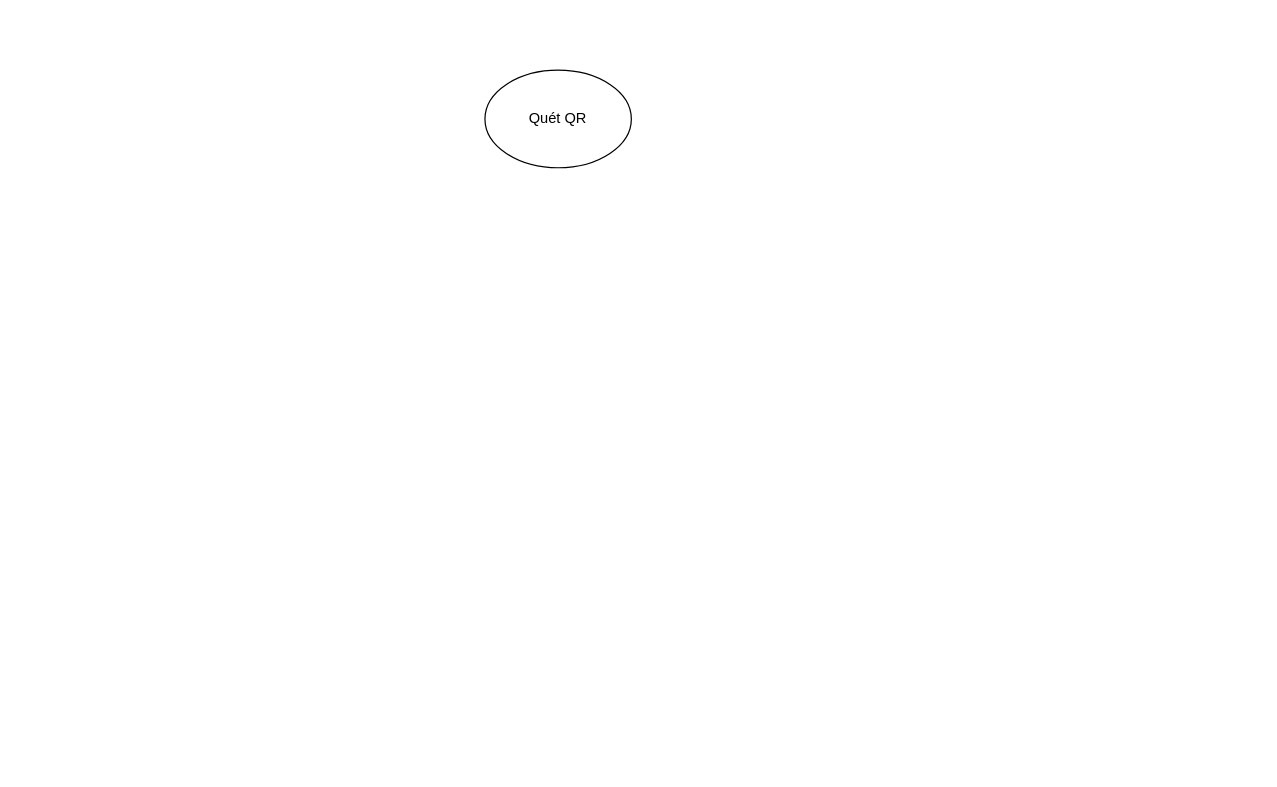
phanvanhieu1/QRcode keeps this draw.io diagram as đề tài order bằng QR code của khách sạn balcona.drawio. Above is the earlier version. Source tidied: cells renumbered, new cells numbered last; positions are measured from the earlier drawing's top-left corner, leaving out a move shared by most shapes. Both pictures are drawn from the tidied source at 122%, with x=0, y=0 at pixel (484, 70).
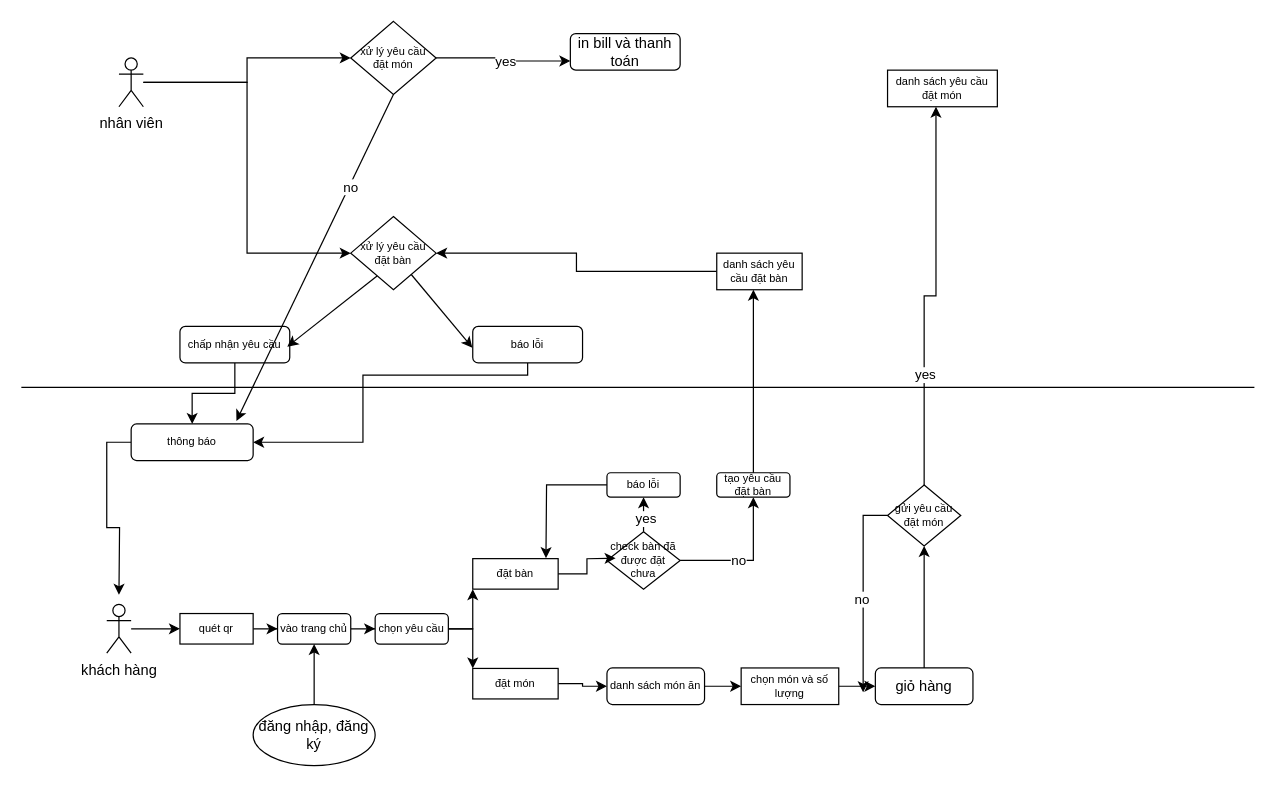
The same diagram, later.

Commit message:
Cập nhật đề tài order bằng QR code của khách sạn balcona.drawio

What changed in the source:
```diff
@@
-    <mxCell id="2" value="Quét QR" style="ellipse;whiteSpace=wrap;html=1;" parent="1" vertex="1">
-      <mxGeometry width="120" height="80" as="geometry" />
-    </mxCell>
+    <mxCell id="3" style="edgeStyle=orthogonalEdgeStyle;rounded=0;jettySize=auto;html=1;entryX=0;entryY=0.5;entryDx=0;entryDy=0;" parent="1" edge="1" source="4" target="11">
+      <mxGeometry relative="1" as="geometry" />
+    </mxCell>
+    <mxCell id="4" value="khách hàng" style="shape=umlActor;verticalLabelPosition=bottom;verticalAlign=top;html=1;outlineConnect=0;" parent="1" vertex="1">
+      <mxGeometry x="-310" y="437.9" width="20" height="40" as="geometry" />
+    </mxCell>
+    <mxCell id="5" style="edgeStyle=orthogonalEdgeStyle;rounded=0;jettySize=auto;html=1;" parent="1" edge="1" source="6" target="9">
+      <mxGeometry relative="1" as="geometry" />
+    </mxCell>
+    <mxCell id="6" value="vào trang chủ" style="rounded=1;whiteSpace=wrap;html=1;fontSize=9;" parent="1" vertex="1">
+      <mxGeometry x="-170" y="445.4" width="60" height="25" as="geometry" />
+    </mxCell>
+    <mxCell id="7" style="edgeStyle=orthogonalEdgeStyle;rounded=0;jettySize=auto;html=1;entryX=0;entryY=1;entryDx=0;entryDy=0;" parent="1" edge="1" source="9" target="12">
+      <mxGeometry relative="1" as="geometry" />
+    </mxCell>
+    <mxCell id="8" style="edgeStyle=orthogonalEdgeStyle;rounded=0;jettySize=auto;html=1;entryX=0;entryY=0;entryDx=0;entryDy=0;" parent="1" edge="1" source="9" target="14">
+      <mxGeometry relative="1" as="geometry" />
+    </mxCell>
+    <mxCell id="9" value="chọn yêu cầu" style="rounded=1;whiteSpace=wrap;html=1;fontSize=9;" parent="1" vertex="1">
+      <mxGeometry x="-90" y="445.4" width="60" height="25" as="geometry" />
+    </mxCell>
+    <mxCell id="10" style="edgeStyle=orthogonalEdgeStyle;rounded=0;jettySize=auto;html=1;entryX=0;entryY=0.5;entryDx=0;entryDy=0;" parent="1" edge="1" source="11" target="6">
+      <mxGeometry relative="1" as="geometry" />
+    </mxCell>
+    <mxCell id="11" value="quét qr" style="rounded=0;whiteSpace=wrap;html=1;fontSize=9;" parent="1" vertex="1">
+      <mxGeometry x="-250" y="445.4" width="60" height="25" as="geometry" />
+    </mxCell>
+    <mxCell id="12" value="đặt bàn" style="rounded=0;whiteSpace=wrap;html=1;fontSize=9;" parent="1" vertex="1">
+      <mxGeometry x="-10" y="400.4" width="70" height="25" as="geometry" />
+    </mxCell>
+    <mxCell id="13" style="edgeStyle=orthogonalEdgeStyle;rounded=0;jettySize=auto;html=1;entryX=0;entryY=0.5;entryDx=0;entryDy=0;" parent="1" edge="1" source="14" target="29">
+      <mxGeometry relative="1" as="geometry" />
+    </mxCell>
+    <mxCell id="14" value="đặt món" style="rounded=0;whiteSpace=wrap;html=1;fontSize=9;" parent="1" vertex="1">
+      <mxGeometry x="-10" y="490.4" width="70" height="25" as="geometry" />
+    </mxCell>
+    <mxCell id="15" style="edgeStyle=orthogonalEdgeStyle;rounded=0;jettySize=auto;html=1;entryX=0.5;entryY=1;entryDx=0;entryDy=0;" parent="1" edge="1" source="19" target="22">
+      <mxGeometry relative="1" as="geometry" />
+    </mxCell>
+    <mxCell id="16" value="yes" style="edgeLabel;html=1;align=center;verticalAlign=middle;" parent="15" vertex="1">
+      <mxGeometry x="0.14" y="1" relative="1" as="geometry" />
+    </mxCell>
+    <mxCell id="17" style="edgeStyle=orthogonalEdgeStyle;rounded=0;jettySize=auto;html=1;entryX=0.5;entryY=1;entryDx=0;entryDy=0;" parent="1" edge="1" source="19" target="23">
+      <mxGeometry relative="1" as="geometry" />
+    </mxCell>
+    <mxCell id="18" value="no" style="edgeLabel;html=1;align=center;verticalAlign=middle;" parent="17" vertex="1">
+      <mxGeometry x="-0.16" relative="1" as="geometry" />
+    </mxCell>
+    <mxCell id="19" value="check bàn đã được đặt chưa" style="rhombus;whiteSpace=wrap;html=1;fontSize=9;" parent="1" vertex="1">
+      <mxGeometry x="100" y="378.4" width="60" height="47" as="geometry" />
+    </mxCell>
+    <mxCell id="20" style="edgeStyle=orthogonalEdgeStyle;rounded=0;jettySize=auto;html=1;entryX=0.118;entryY=0.566;entryDx=0;entryDy=0;entryPerimeter=0;" parent="1" edge="1" source="12">
+      <mxGeometry relative="1" as="geometry">
+        <mxPoint x="107.1" y="400" as="targetPoint" />
+      </mxGeometry>
+    </mxCell>
+    <mxCell id="21" style="edgeStyle=orthogonalEdgeStyle;rounded=0;jettySize=auto;html=1;" parent="1" edge="1" source="22">
+      <mxGeometry relative="1" as="geometry">
+        <mxPoint x="50" y="400" as="targetPoint" />
+      </mxGeometry>
+    </mxCell>
+    <mxCell id="22" value="báo lỗi" style="rounded=1;whiteSpace=wrap;html=1;fontSize=9;" parent="1" vertex="1">
+      <mxGeometry x="100" y="330" width="60" height="20" as="geometry" />
+    </mxCell>
+    <mxCell id="23" value="tạo yêu cầu đặt bàn" style="rounded=1;whiteSpace=wrap;html=1;fontSize=9;" parent="1" vertex="1">
+      <mxGeometry x="190" y="330" width="60" height="20" as="geometry" />
+    </mxCell>
+    <mxCell id="24" style="endArrow=none;html=1;rounded=0;" parent="1" edge="1">
+      <mxGeometry relative="1" as="geometry">
+        <mxPoint x="-380" y="260" as="sourcePoint" />
+        <mxPoint x="630.7" y="260" as="targetPoint" />
+      </mxGeometry>
+    </mxCell>
+    <mxCell id="25" style="edgeStyle=orthogonalEdgeStyle;rounded=0;jettySize=auto;html=1;entryX=1;entryY=0.5;entryDx=0;entryDy=0;" parent="1" edge="1" source="26" target="43">
+      <mxGeometry relative="1" as="geometry" />
+    </mxCell>
+    <mxCell id="26" value="danh sách yêu cầu đặt bàn" style="rounded=0;whiteSpace=wrap;html=1;fontSize=9;" parent="1" vertex="1">
+      <mxGeometry x="190" y="150" width="70" height="30" as="geometry" />
+    </mxCell>
+    <mxCell id="27" style="edgeStyle=orthogonalEdgeStyle;rounded=0;jettySize=auto;html=1;entryX=0.429;entryY=1;entryDx=0;entryDy=0;entryPerimeter=0;" parent="1" edge="1" source="23" target="26">
+      <mxGeometry relative="1" as="geometry" />
+    </mxCell>
+    <mxCell id="28" style="edgeStyle=orthogonalEdgeStyle;rounded=0;jettySize=auto;html=1;entryX=0;entryY=0.5;entryDx=0;entryDy=0;fontSize=9;" parent="1" edge="1" source="29" target="31">
+      <mxGeometry relative="1" as="geometry" />
+    </mxCell>
+    <mxCell id="29" value="danh sách món ăn" style="rounded=1;whiteSpace=wrap;html=1;fontSize=9;" parent="1" vertex="1">
+      <mxGeometry x="100" y="490" width="80" height="30" as="geometry" />
+    </mxCell>
+    <mxCell id="30" style="edgeStyle=orthogonalEdgeStyle;rounded=0;jettySize=auto;html=1;" parent="1" edge="1" source="31" target="36">
+      <mxGeometry relative="1" as="geometry" />
+    </mxCell>
+    <mxCell id="31" value="chọn món và số lượng" style="rounded=0;whiteSpace=wrap;html=1;fontSize=9;" parent="1" vertex="1">
+      <mxGeometry x="210" y="490" width="80" height="30" as="geometry" />
+    </mxCell>
+    <mxCell id="32" style="edgeStyle=orthogonalEdgeStyle;rounded=0;jettySize=auto;html=1;" parent="1" edge="1" source="34">
+      <mxGeometry relative="1" as="geometry">
+        <mxPoint x="310" y="510" as="targetPoint" />
+      </mxGeometry>
+    </mxCell>
+    <mxCell id="33" value="no" style="edgeLabel;html=1;align=center;verticalAlign=middle;" parent="32" vertex="1">
+      <mxGeometry x="0.06" y="-2" relative="1" as="geometry" />
+    </mxCell>
+    <mxCell id="34" value="gửi yêu cầu đặt món" style="rhombus;whiteSpace=wrap;html=1;fontSize=9;" parent="1" vertex="1">
+      <mxGeometry x="330" y="340" width="60" height="50" as="geometry" />
+    </mxCell>
+    <mxCell id="35" style="edgeStyle=orthogonalEdgeStyle;rounded=0;jettySize=auto;html=1;entryX=0.5;entryY=1;entryDx=0;entryDy=0;" parent="1" edge="1" source="36" target="34">
+      <mxGeometry relative="1" as="geometry" />
+    </mxCell>
+    <mxCell id="36" value="giỏ hàng" style="rounded=1;whiteSpace=wrap;html=1;" parent="1" vertex="1">
+      <mxGeometry x="320" y="490" width="80" height="30" as="geometry" />
+    </mxCell>
+    <mxCell id="37" value="danh sách yêu cầu đặt món" style="rounded=0;whiteSpace=wrap;html=1;fontSize=9;" parent="1" vertex="1">
+      <mxGeometry x="330" width="90" height="30" as="geometry" />
+    </mxCell>
+    <mxCell id="38" style="edgeStyle=orthogonalEdgeStyle;rounded=0;jettySize=auto;html=1;entryX=0.441;entryY=1;entryDx=0;entryDy=0;entryPerimeter=0;" parent="1" edge="1" source="34" target="37">
+      <mxGeometry relative="1" as="geometry" />
+    </mxCell>
+    <mxCell id="39" value="yes" style="edgeLabel;html=1;align=center;verticalAlign=middle;" parent="38" vertex="1">
+      <mxGeometry x="-0.43" relative="1" as="geometry" />
+    </mxCell>
+    <mxCell id="40" style="edgeStyle=orthogonalEdgeStyle;rounded=0;jettySize=auto;html=1;entryX=0;entryY=0.5;entryDx=0;entryDy=0;" parent="1" edge="1" source="42" target="43">
+      <mxGeometry relative="1" as="geometry" />
+    </mxCell>
+    <mxCell id="41" style="edgeStyle=orthogonalEdgeStyle;rounded=0;jettySize=auto;html=1;entryX=0;entryY=0.5;entryDx=0;entryDy=0;" parent="1" edge="1" source="42" target="46">
+      <mxGeometry relative="1" as="geometry" />
+    </mxCell>
+    <mxCell id="42" value="nhân viên" style="shape=umlActor;verticalLabelPosition=bottom;verticalAlign=top;html=1;outlineConnect=0;" parent="1" vertex="1">
+      <mxGeometry x="-300" y="-10" width="20" height="40" as="geometry" />
+    </mxCell>
+    <mxCell id="43" value="xử lý yêu cầu đặt bàn" style="rhombus;whiteSpace=wrap;html=1;fontSize=9;" parent="1" vertex="1">
+      <mxGeometry x="-110" y="120" width="70" height="60" as="geometry" />
+    </mxCell>
+    <mxCell id="44" style="edgeStyle=orthogonalEdgeStyle;rounded=0;jettySize=auto;html=1;entryX=0;entryY=0.75;entryDx=0;entryDy=0;" parent="1" edge="1" source="46" target="55">
+      <mxGeometry relative="1" as="geometry" />
+    </mxCell>
+    <mxCell id="45" value="yes" style="edgeLabel;html=1;align=center;verticalAlign=middle;" parent="44" vertex="1">
+      <mxGeometry x="0.05" relative="1" as="geometry" />
+    </mxCell>
+    <mxCell id="46" value="xử lý yêu cầu đặt món" style="rhombus;whiteSpace=wrap;html=1;fontSize=9;" parent="1" vertex="1">
+      <mxGeometry x="-110" y="-40" width="70" height="60" as="geometry" />
+    </mxCell>
+    <mxCell id="47" style="edgeStyle=orthogonalEdgeStyle;rounded=0;jettySize=auto;html=1;" parent="1" edge="1" source="48" target="54">
+      <mxGeometry relative="1" as="geometry" />
+    </mxCell>
+    <mxCell id="48" value="chấp nhận yêu cầu" style="rounded=1;whiteSpace=wrap;html=1;fontSize=9;" parent="1" vertex="1">
+      <mxGeometry x="-250" y="210" width="90" height="30" as="geometry" />
+    </mxCell>
+    <mxCell id="49" style="edgeStyle=orthogonalEdgeStyle;rounded=0;jettySize=auto;html=1;entryX=1;entryY=0.5;entryDx=0;entryDy=0;" parent="1" edge="1" source="50" target="54">
+      <mxGeometry relative="1" as="geometry">
+        <Array as="points">
+          <mxPoint x="35" y="250" />
+          <mxPoint x="-100" y="250" />
+          <mxPoint x="-100" y="305" />
+        </Array>
+      </mxGeometry>
+    </mxCell>
+    <mxCell id="50" value="báo lỗi" style="rounded=1;whiteSpace=wrap;html=1;fontSize=9;" parent="1" vertex="1">
+      <mxGeometry x="-10" y="210" width="90" height="30" as="geometry" />
+    </mxCell>
+    <mxCell id="51" style="endArrow=classic;html=1;rounded=0;verticalAlign=middle;exitX=0.308;exitY=0.813;exitDx=0;exitDy=0;exitPerimeter=0;entryX=0.978;entryY=0.556;entryDx=0;entryDy=0;entryPerimeter=0;" parent="1" edge="1" source="43" target="48">
+      <mxGeometry relative="1" as="geometry" />
+    </mxCell>
+    <mxCell id="52" style="endArrow=classic;html=1;rounded=0;verticalAlign=middle;entryX=-0.004;entryY=0.583;entryDx=0;entryDy=0;entryPerimeter=0;" parent="1" edge="1" source="43" target="50">
+      <mxGeometry relative="1" as="geometry" />
+    </mxCell>
+    <mxCell id="53" style="edgeStyle=orthogonalEdgeStyle;rounded=0;jettySize=auto;html=1;" parent="1" edge="1" source="54">
+      <mxGeometry relative="1" as="geometry">
+        <mxPoint x="-300" y="430" as="targetPoint" />
+      </mxGeometry>
+    </mxCell>
+    <mxCell id="54" value="thông báo" style="rounded=1;whiteSpace=wrap;html=1;fontSize=9;" parent="1" vertex="1">
+      <mxGeometry x="-290" y="290" width="100" height="30" as="geometry" />
+    </mxCell>
+    <mxCell id="55" value="in bill và thanh toán" style="rounded=1;whiteSpace=wrap;html=1;" parent="1" vertex="1">
+      <mxGeometry x="70" y="-30" width="90" height="30" as="geometry" />
+    </mxCell>
+    <mxCell id="56" style="endArrow=classic;html=1;rounded=0;exitX=0.5;exitY=1;exitDx=0;exitDy=0;entryX=0.863;entryY=-0.083;entryDx=0;entryDy=0;entryPerimeter=0;" parent="1" edge="1" source="46" target="54">
+      <mxGeometry relative="1" as="geometry" />
+    </mxCell>
+    <mxCell id="57" value="no" style="edgeLabel;html=1;align=center;verticalAlign=middle;" parent="56" vertex="1">
+      <mxGeometry x="-0.44" y="1" relative="1" as="geometry" />
+    </mxCell>
+    <mxCell id="58" style="edgeStyle=orthogonalEdgeStyle;rounded=0;jettySize=auto;html=1;entryX=0.5;entryY=1;entryDx=0;entryDy=0;" parent="1" edge="1" source="59" target="6">
+      <mxGeometry relative="1" as="geometry" />
+    </mxCell>
+    <mxCell id="59" value="đăng nhập, đăng ký" style="ellipse;whiteSpace=wrap;html=1;" parent="1" vertex="1">
+      <mxGeometry x="-190" y="520" width="100" height="50" as="geometry" />
+    </mxCell>
```
